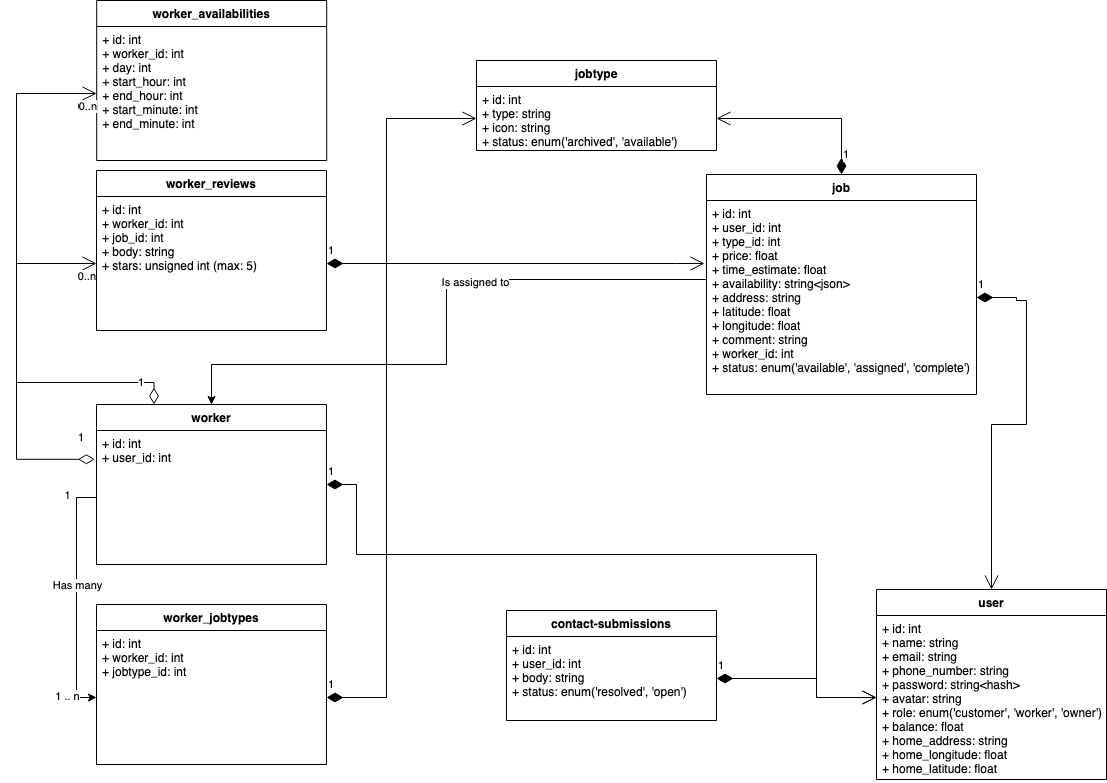
Before: docs/database-uml-class-diagram.png, a diagram exported from draw.io (Simponic/JobFindr). Source tidied: cells renumbered, new cells last; positions are measured from the earlier drawing's top-left corner, leaving out a move shared by most shapes.
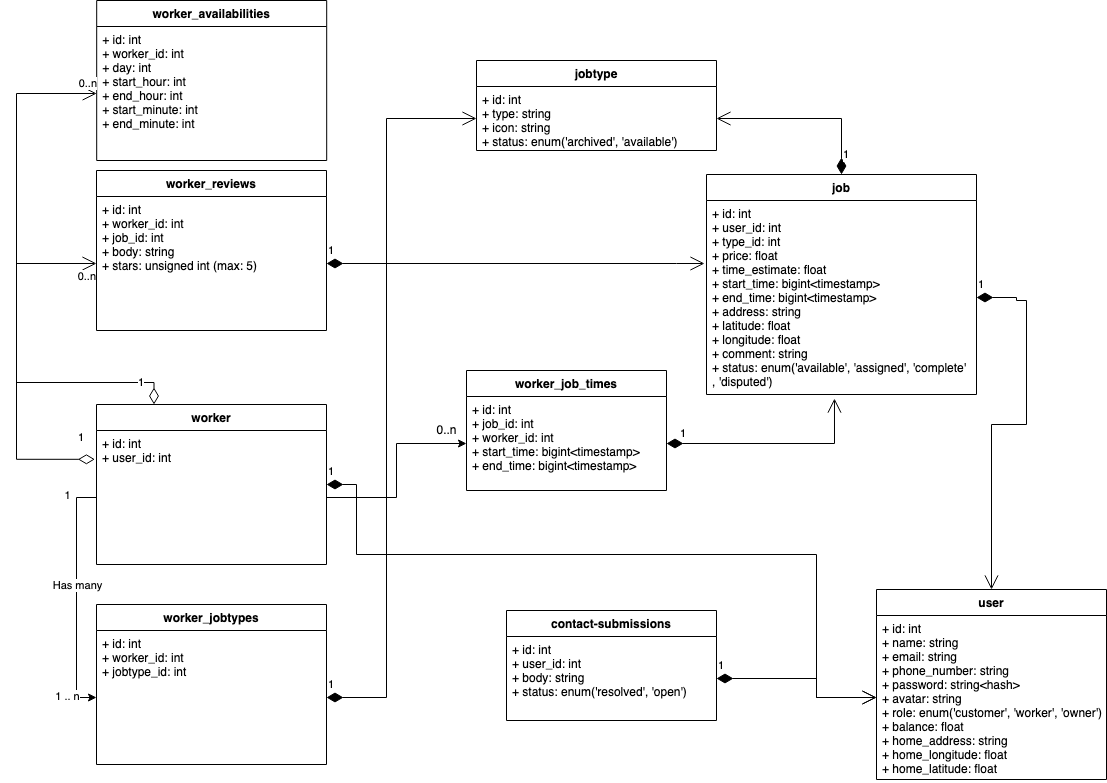
Above is the later version.

Diff of the diagram source:
```diff
@@ -14,22 +14,10 @@
     <mxCell id="5" value="+ id: int&#10;+ name: string&#10;+ email: string&#10;+ phone_number: string&#10;+ password: string&lt;hash&gt;&#10;+ avatar: string&#10;+ role: enum('customer', 'worker', 'owner')&#10;+ balance: float&#10;+ home_address: string&#10;+ home_longitude: float&#10;+ home_latitude: float&#10;&#10;&#10;&#10;" style="text;strokeColor=none;fillColor=none;align=left;verticalAlign=top;spacingLeft=4;spacingRight=4;overflow=hidden;points=[[0,0.5],[1,0.5]];portConstraint=eastwest;" parent="4" vertex="1">
       <mxGeometry y="26" width="230" height="164" as="geometry" />
     </mxCell>
-    <mxCell id="6" style="edgeStyle=orthogonalEdgeStyle;rounded=0;jettySize=auto;html=1;entryX=0.5;entryY=0;entryDx=0;entryDy=0;" parent="1" edge="1" source="8" target="12">
-      <mxGeometry relative="1" as="geometry">
-        <Array as="points">
-          <mxPoint x="430" y="279" />
-          <mxPoint x="430" y="364" />
-          <mxPoint x="195" y="364" />
-        </Array>
-      </mxGeometry>
-    </mxCell>
-    <mxCell id="7" value="&lt;div&gt;Is assigned to&lt;/div&gt;" style="edgeLabel;html=1;align=center;verticalAlign=middle;" parent="6" vertex="1">
-      <mxGeometry x="-0.25" y="2" relative="1" as="geometry" />
-    </mxCell>
     <mxCell id="8" value="job" style="swimlane;fontStyle=1;align=center;verticalAlign=top;horizontal=1;startSize=26;" parent="1" vertex="1">
       <mxGeometry x="690" y="174" width="270" height="220" as="geometry" />
     </mxCell>
-    <mxCell id="9" value="+ id: int&#10;+ user_id: int&#10;+ type_id: int&#10;+ price: float&#10;+ time_estimate: float&#10;+ availability: string&lt;json&gt;&#10;+ address: string&#10;+ latitude: float&#10;+ longitude: float&#10;+ comment: string&#10;+ worker_id: int&#10;+ status: enum('available', 'assigned', 'complete')&#10;" style="text;strokeColor=none;fillColor=none;align=left;verticalAlign=top;spacingLeft=4;spacingRight=4;overflow=hidden;points=[[0,0.5],[1,0.5]];portConstraint=eastwest;fontStyle=0;" parent="8" vertex="1">
+    <mxCell id="9" value="+ id: int&#10;+ user_id: int&#10;+ type_id: int&#10;+ price: float&#10;+ time_estimate: float&#10;+ start_time: bigint&lt;timestamp&gt;&#10;+ end_time: bigint&lt;timestamp&gt;&#10;+ address: string&#10;+ latitude: float&#10;+ longitude: float&#10;+ comment: string&#10;+ status: enum('available', 'assigned', 'complete'&#10;, 'disputed')&#10;" style="text;strokeColor=none;fillColor=none;align=left;verticalAlign=top;spacingLeft=4;spacingRight=4;overflow=hidden;points=[[0,0.5],[1,0.5]];portConstraint=eastwest;fontStyle=0;" parent="8" vertex="1">
       <mxGeometry y="26" width="270" height="194" as="geometry" />
     </mxCell>
     <mxCell id="10" style="endArrow=none;html=1;rounded=0;exitX=1;exitY=0.5;exitDx=0;exitDy=0;entryX=0;entryY=0.5;entryDx=0;entryDy=0;startArrow=none;" parent="1" edge="1" target="9">
@@ -159,9 +147,6 @@
     <mxCell id="34" value="+ id: int&#10;+ worker_id: int&#10;+ day: int&#10;+ start_hour: int&#10;+ end_hour: int&#10;+ start_minute: int&#10;+ end_minute: int&#10;&#10;&#10;" style="text;strokeColor=none;fillColor=none;align=left;verticalAlign=top;spacingLeft=4;spacingRight=4;overflow=hidden;points=[[0,0.5],[1,0.5]];portConstraint=eastwest;" parent="33" vertex="1">
       <mxGeometry y="26" width="230" height="134" as="geometry" />
     </mxCell>
-    <mxCell id="35" value="0..n" style="edgeLabel;html=1;align=right;verticalAlign=top;" parent="1" vertex="1">
-      <mxGeometry x="80" y="93" as="geometry" />
-    </mxCell>
     <mxCell id="36" style="endArrow=open;html=1;endSize=12;startArrow=diamondThin;startSize=14;startFill=0;edgeStyle=orthogonalEdgeStyle;rounded=0;entryX=0;entryY=0.5;entryDx=0;entryDy=0;exitX=0.25;exitY=0;exitDx=0;exitDy=0;" parent="1" edge="1" source="12" target="34">
       <mxGeometry relative="1" as="geometry">
         <Array as="points">
@@ -177,7 +162,28 @@
       </mxGeometry>
     </mxCell>
     <mxCell id="38" value="0..n" style="edgeLabel;html=1;align=right;verticalAlign=top;" parent="36" vertex="1">
-      <mxGeometry x="1" relative="1" as="geometry" />
+      <mxGeometry x="1" relative="1" as="geometry">
+        <mxPoint y="-23" as="offset" />
+      </mxGeometry>
     </mxCell>
+    <mxCell id="39" value="worker_job_times" style="swimlane;fontStyle=1;align=center;verticalAlign=top;horizontal=1;startSize=26;" parent="1" vertex="1">
+      <mxGeometry x="450" y="370" width="200" height="120" as="geometry" />
+    </mxCell>
+    <mxCell id="40" value="+ id: int&#10;+ job_id: int&#10;+ worker_id: int&#10;+ start_time: bigint&lt;timestamp&gt;&#10;+ end_time: bigint&lt;timestamp&gt;&#10; " style="text;strokeColor=none;fillColor=none;align=left;verticalAlign=top;spacingLeft=4;spacingRight=4;overflow=hidden;points=[[0,0.5],[1,0.5]];portConstraint=eastwest;fontStyle=0;" parent="39" vertex="1">
+      <mxGeometry y="26" width="200" height="94" as="geometry" />
+    </mxCell>
+    <mxCell id="41" value="1" style="endArrow=open;html=1;endSize=12;startArrow=diamondThin;startSize=14;startFill=1;edgeStyle=orthogonalEdgeStyle;align=left;verticalAlign=bottom;rounded=0;exitX=1;exitY=0.5;exitDx=0;exitDy=0;entryX=0.474;entryY=1.021;entryDx=0;entryDy=0;entryPerimeter=0;" parent="1" edge="1" source="40" target="9">
+      <mxGeometry x="-0.89" relative="1" as="geometry">
+        <Array as="points">
+          <mxPoint x="818" y="443" />
+        </Array>
+      </mxGeometry>
+    </mxCell>
+    <mxCell id="42" style="edgeStyle=orthogonalEdgeStyle;rounded=0;jettySize=auto;html=1;entryX=0;entryY=0.5;entryDx=0;entryDy=0;" parent="1" edge="1" source="13" target="40">
+      <mxGeometry relative="1" as="geometry" />
+    </mxCell>
+    <mxCell id="35" value="&lt;div&gt;0..n&lt;/div&gt;" style="text;html=1;align=center;verticalAlign=middle;strokeColor=none;fillColor=none;" parent="1" vertex="1">
+      <mxGeometry x="410" y="420" width="40" height="20" as="geometry" />
+    </mxCell>
   </root>
 </mxGraphModel>
```
